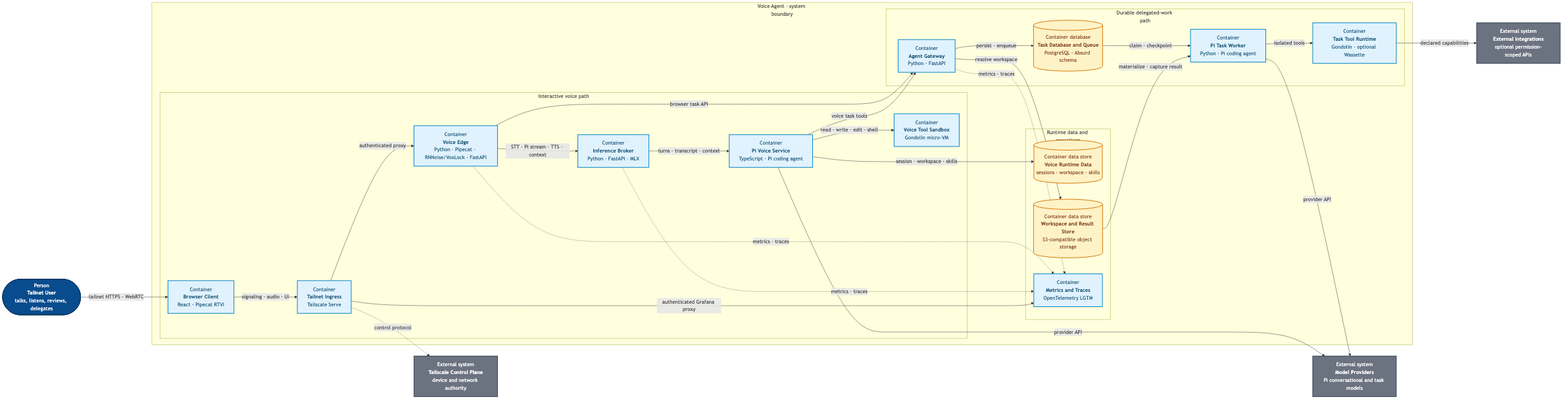
Before: products/voice-agent/docs/architecture/c2-container.png, a diagram exported from Mermaid (ragavsathish/agent-workload-platform). Its source is kept beside it as products/voice-agent/docs/architecture/c2-container.mmd.
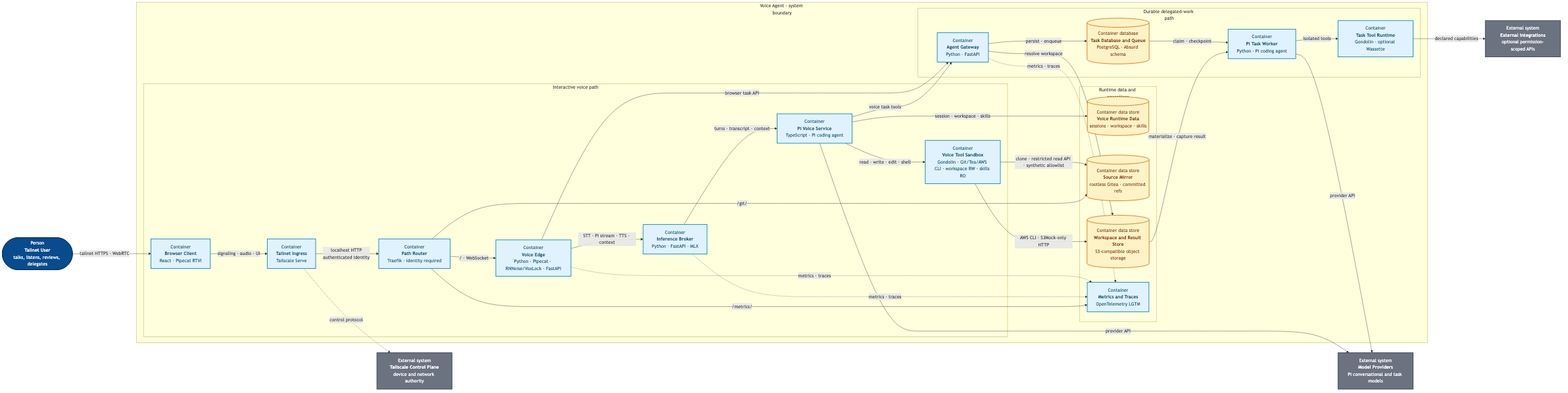
The same diagram one commit later.

What changed in the source:
```diff
@@ -11,12 +11,14 @@
             direction LR
             BROWSER["Container<br/><b>Browser Client</b><br/>React · Pipecat RTVI"]
             INGRESS["Container<br/><b>Tailnet Ingress</b><br/>Tailscale Serve"]
+            ROUTER["Container<br/><b>Path Router</b><br/>Traefik · identity required"]
             EDGE["Container<br/><b>Voice Edge</b><br/>Python · Pipecat · RNNoise/VoxLock · FastAPI"]
             BROKER["Container<br/><b>Inference Broker</b><br/>Python · FastAPI · MLX"]
             PI["Container<br/><b>Pi Voice Service</b><br/>TypeScript · Pi coding agent"]
-            VOICE_VM["Container<br/><b>Voice Tool Sandbox</b><br/>Gondolin micro-VM"]
+            VOICE_VM["Container<br/><b>Voice Tool Sandbox</b><br/>Gondolin · Git/Tea/AWS CLI · workspace RW · skills RO"]
             BROWSER -->|"signaling · audio · UI"| INGRESS
-            INGRESS -->|"authenticated proxy"| EDGE
+            INGRESS -->|"localhost HTTP<br/>authenticated identity"| ROUTER
+            ROUTER -->|"/ · WebSocket"| EDGE
             EDGE -->|"STT · Pi stream · TTS · context"| BROKER
             BROKER -->|"turns · transcript · context"| PI
             PI -->|"read · write · edit · shell"| VOICE_VM
@@ -36,6 +38,7 @@
         subgraph DATA["Runtime data and operations"]
             direction LR
             VOICE_DATA[("Container data store<br/><b>Voice Runtime Data</b><br/>sessions · workspace · skills")]
+            GITEA[("Container data store<br/><b>Source Mirror</b><br/>rootless Gitea · committed refs")]
             ARTIFACTS[("Container data store<br/><b>Workspace and Result Store</b><br/>S3-compatible object storage")]
             OTEL["Container<br/><b>Metrics and Traces</b><br/>OpenTelemetry LGTM"]
         end
@@ -43,12 +46,15 @@
         EDGE -->|"browser task API"| GATEWAY
         PI -->|"voice task tools"| GATEWAY
         PI -->|"session · workspace · skills"| VOICE_DATA
+        VOICE_VM -->|"clone · restricted read API · synthetic allowlist"| GITEA
+        VOICE_VM -->|"AWS CLI · S3Mock-only HTTP"| ARTIFACTS
         GATEWAY -->|"resolve workspace"| ARTIFACTS
         ARTIFACTS -->|"materialize · capture result"| WORKER
         EDGE -.->|"metrics · traces"| OTEL
         BROKER -.->|"metrics · traces"| OTEL
         GATEWAY -.->|"metrics · traces"| OTEL
-        INGRESS -->|"authenticated Grafana proxy"| OTEL
+        ROUTER -->|"/metrics/"| OTEL
+        ROUTER -->|"/git/"| GITEA
     end
 
     USER -->|"tailnet HTTPS · WebRTC"| BROWSER
@@ -63,5 +69,5 @@
     classDef data fill:#fef3c7,color:#78350f,stroke:#d97706,stroke-width:2px;
     class USER person;
     class TSC,MODELS,INTEGRATIONS external;
-    class BROWSER,INGRESS,EDGE,BROKER,PI,VOICE_VM,GATEWAY,WORKER,TASK_TOOLS,OTEL container;
-    class TASKS,VOICE_DATA,ARTIFACTS data;
+    class BROWSER,INGRESS,ROUTER,EDGE,BROKER,PI,VOICE_VM,GATEWAY,WORKER,TASK_TOOLS,OTEL container;
+    class TASKS,VOICE_DATA,GITEA,ARTIFACTS data;
```
